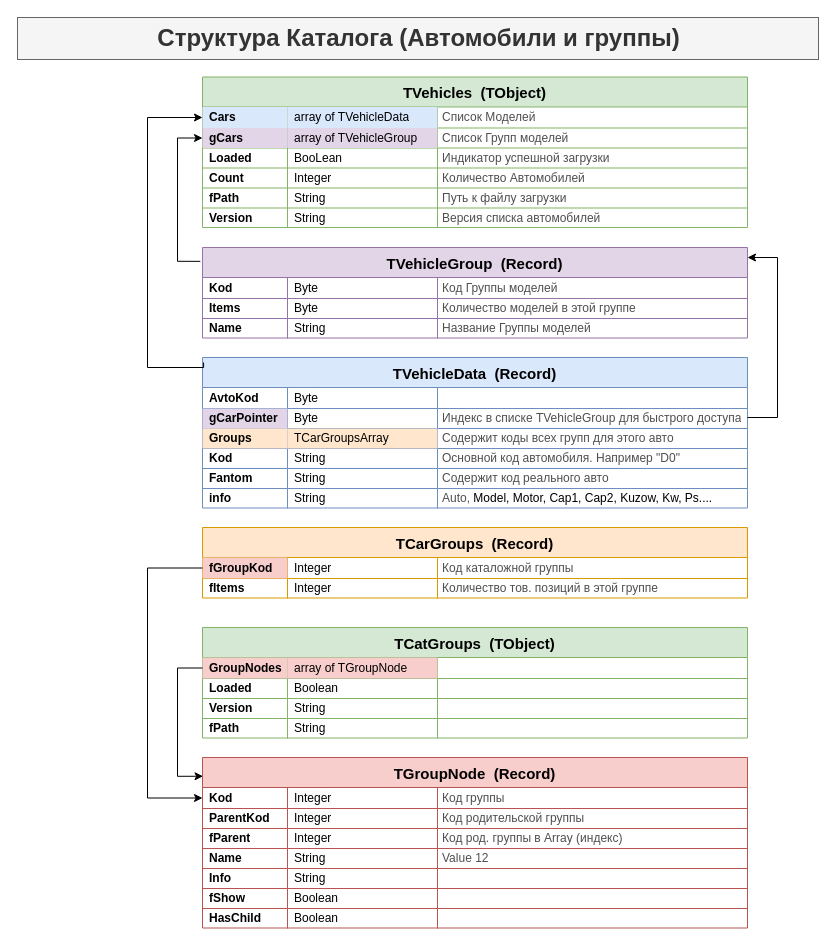
Sokrat125/fpc keeps this draw.io diagram as page "Catalog" (2 of 12) of Tasks.drawio. Above is the earlier version. Source tidied: cells renumbered, new cells numbered last; positions are measured from the earlier drawing's top-left corner, leaving out a move shared by most shapes. Both pictures are drawn from the tidied source at 100%, with x=0, y=0 at pixel (17, 17).
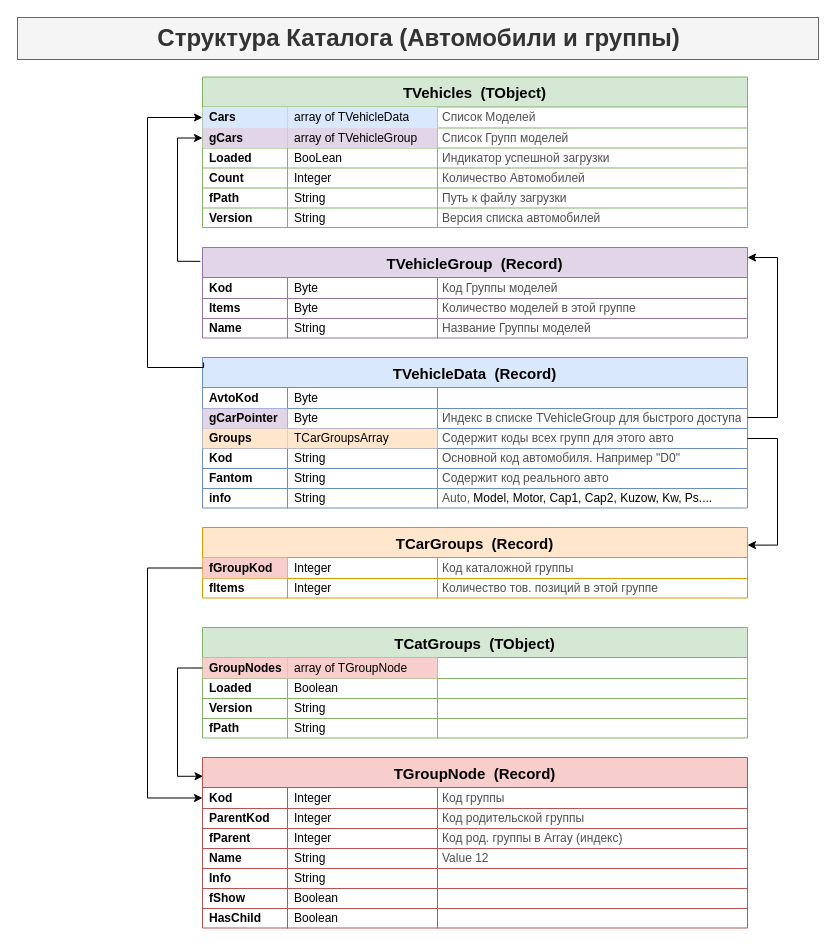
The same page after the edit.

Unchanged cells that the change refers to:
```xml
<mxCell id="37" style="shape=tableRow;horizontal=0;startSize=0;swimlaneHead=0;swimlaneBody=0;strokeColor=inherit;top=0;left=0;bottom=0;right=0;fillColor=none;points=[[0,0.5],[1,0.5]];portConstraint=eastwest;" parent="28" vertex="1">
  <mxGeometry y="71" width="545" height="20" as="geometry" />
</mxCell>
<mxCell id="53" value="TCarGroups  (Record)" style="shape=table;startSize=30;childLayout=tableLayout;fontStyle=1;fontSize=15;enumerate=0;comic=0;fillColor=#ffe6cc;strokeColor=#d79b00;" parent="1" vertex="1">
  <mxGeometry x="185" y="510" width="545" height="70.5" as="geometry" />
</mxCell>
```

Diff of the diagram source:
```diff
@@
+    <mxCell id="126" style="edgeStyle=orthogonalEdgeStyle;rounded=0;jettySize=auto;html=1;entryX=1;entryY=0.25;entryDx=0;entryDy=0;" parent="1" edge="1" source="37" target="53">
+      <mxGeometry relative="1" as="geometry">
+        <Array as="points">
+          <mxPoint x="760" y="421" />
+          <mxPoint x="760" y="528" />
+        </Array>
+      </mxGeometry>
+    </mxCell>
```
